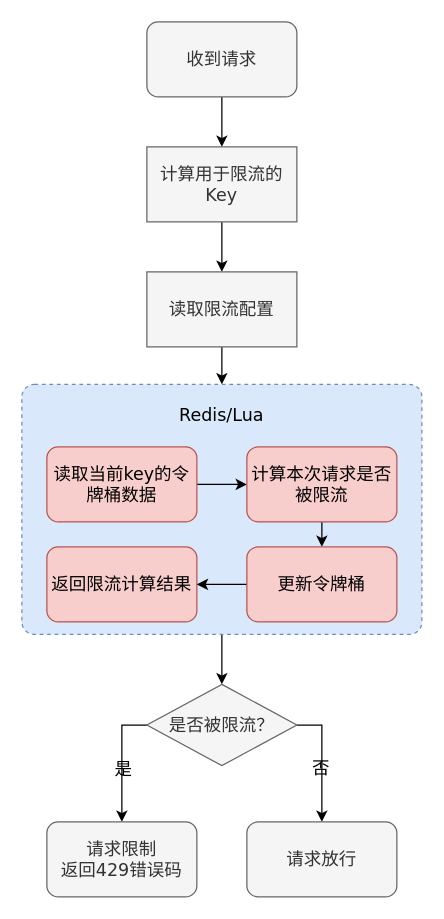
The draw.io diagram page "网关限流" (8 of 10) of Untitled Diagram.drawio in maxuewen/draw.io, before the edit. Source tidied: cells renumbered, new cells numbered last; positions are measured from the earlier drawing's top-left corner, leaving out a move shared by most shapes. Both pictures are drawn from the tidied source at 125%, with x=0, y=0 at pixel (21, 21).
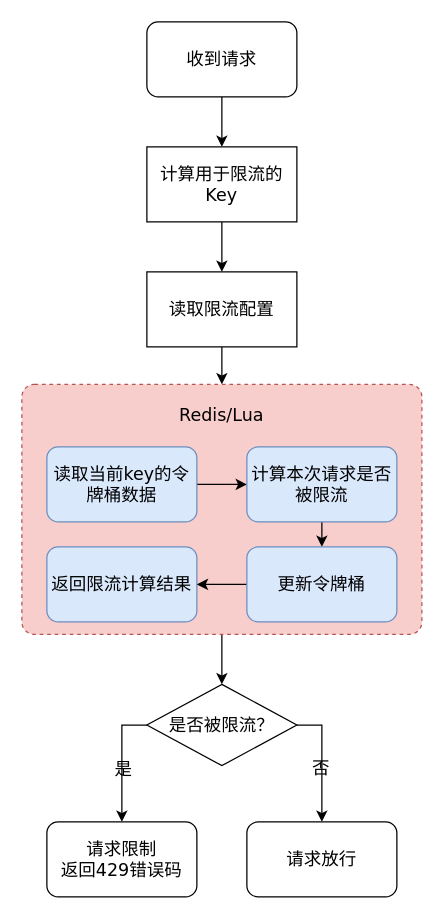
The same diagram, later.

Diff of the diagram source:
```diff
@@
-    <mxCell id="3" style="rounded=1;whiteSpace=wrap;html=1;labelBackgroundColor=none;fontFamily=Verdana;fontSize=14;strokeWidth=1;dashed=1;imageHeight=24;arcSize=5;fillColor=#dae8fc;strokeColor=#6c8ebf;" parent="1" vertex="1">
+    <mxCell id="3" style="rounded=1;whiteSpace=wrap;html=1;labelBackgroundColor=none;fontFamily=Verdana;fontSize=14;strokeWidth=1;dashed=1;imageHeight=24;arcSize=5;fillColor=#f8cecc;strokeColor=#b85450;" parent="1" vertex="1">
       <mxGeometry y="290" width="320" height="200" as="geometry" />
     </mxCell>
@@
-    <mxCell id="5" value="收到请求" style="rounded=1;whiteSpace=wrap;html=1;labelBackgroundColor=none;fontFamily=Verdana;fontSize=14;fontColor=#333333;strokeWidth=1;fillColor=#f5f5f5;strokeColor=#666666;" parent="1" vertex="1">
+    <mxCell id="5" value="收到请求" style="rounded=1;whiteSpace=wrap;html=1;labelBackgroundColor=none;fontFamily=Verdana;fontSize=14;strokeWidth=1;" parent="1" vertex="1">
       <mxGeometry x="100" width="120" height="60" as="geometry" />
     </mxCell>
@@
-    <mxCell id="7" value="计算用于限流的Key" style="rounded=1;whiteSpace=wrap;html=1;labelBackgroundColor=none;fontFamily=Verdana;fontSize=14;fontColor=#333333;strokeWidth=1;arcSize=0;fillColor=#f5f5f5;strokeColor=#666666;" parent="1" vertex="1">
+    <mxCell id="7" value="计算用于限流的Key" style="rounded=1;whiteSpace=wrap;html=1;labelBackgroundColor=none;fontFamily=Verdana;fontSize=14;strokeWidth=1;arcSize=0;" parent="1" vertex="1">
       <mxGeometry x="100" y="100" width="120" height="60" as="geometry" />
     </mxCell>
@@
-    <mxCell id="9" value="读取当前key的令牌桶数据" style="rounded=1;whiteSpace=wrap;html=1;labelBackgroundColor=none;fontFamily=Verdana;fontSize=14;strokeWidth=1;fillColor=#f8cecc;strokeColor=#b85450;" parent="1" vertex="1">
+    <mxCell id="9" value="读取当前key的令牌桶数据" style="rounded=1;whiteSpace=wrap;html=1;labelBackgroundColor=none;fontFamily=Verdana;fontSize=14;strokeWidth=1;fillColor=#dae8fc;strokeColor=#6c8ebf;" parent="1" vertex="1">
       <mxGeometry x="20" y="340" width="120" height="60" as="geometry" />
     </mxCell>
@@
-    <mxCell id="11" value="计算本次请求是否被限流" style="rounded=1;whiteSpace=wrap;html=1;labelBackgroundColor=none;fontFamily=Verdana;fontSize=14;strokeWidth=1;fillColor=#f8cecc;strokeColor=#b85450;" parent="1" vertex="1">
+    <mxCell id="11" value="计算本次请求是否被限流" style="rounded=1;whiteSpace=wrap;html=1;labelBackgroundColor=none;fontFamily=Verdana;fontSize=14;strokeWidth=1;fillColor=#dae8fc;strokeColor=#6c8ebf;" parent="1" vertex="1">
       <mxGeometry x="180" y="340" width="120" height="60" as="geometry" />
     </mxCell>
-    <mxCell id="12" value="返回限流计算结果" style="rounded=1;whiteSpace=wrap;html=1;labelBackgroundColor=none;fontFamily=Verdana;fontSize=14;strokeWidth=1;fillColor=#f8cecc;strokeColor=#b85450;" parent="1" vertex="1">
+    <mxCell id="12" value="返回限流计算结果" style="rounded=1;whiteSpace=wrap;html=1;labelBackgroundColor=none;fontFamily=Verdana;fontSize=14;strokeWidth=1;fillColor=#dae8fc;strokeColor=#6c8ebf;" parent="1" vertex="1">
       <mxGeometry x="20" y="420" width="120" height="60" as="geometry" />
     </mxCell>
@@
-    <mxCell id="14" value="更新令牌桶" style="rounded=1;whiteSpace=wrap;html=1;labelBackgroundColor=none;fontFamily=Verdana;fontSize=14;strokeWidth=1;fillColor=#f8cecc;strokeColor=#b85450;" parent="1" vertex="1">
+    <mxCell id="14" value="更新令牌桶" style="rounded=1;whiteSpace=wrap;html=1;labelBackgroundColor=none;fontFamily=Verdana;fontSize=14;strokeWidth=1;fillColor=#dae8fc;strokeColor=#6c8ebf;" parent="1" vertex="1">
       <mxGeometry x="180" y="420" width="120" height="60" as="geometry" />
     </mxCell>
@@
-    <mxCell id="16" value="读取限流配置" style="rounded=1;whiteSpace=wrap;html=1;labelBackgroundColor=none;fontFamily=Verdana;fontSize=14;fontColor=#333333;strokeWidth=1;imageHeight=24;arcSize=0;fillColor=#f5f5f5;strokeColor=#666666;" parent="1" vertex="1">
+    <mxCell id="16" value="读取限流配置" style="rounded=1;whiteSpace=wrap;html=1;labelBackgroundColor=none;fontFamily=Verdana;fontSize=14;strokeWidth=1;imageHeight=24;arcSize=0;" parent="1" vertex="1">
       <mxGeometry x="100" y="200" width="120" height="60" as="geometry" />
     </mxCell>
@@
-    <mxCell id="21" value="是否被限流？" style="rhombus;whiteSpace=wrap;html=1;labelBackgroundColor=none;fontFamily=Verdana;fontSize=14;fontColor=#333333;strokeWidth=1;fillColor=#f5f5f5;strokeColor=#666666;" parent="1" vertex="1">
+    <mxCell id="21" value="是否被限流？" style="rhombus;whiteSpace=wrap;html=1;labelBackgroundColor=none;fontFamily=Verdana;fontSize=14;strokeWidth=1;" parent="1" vertex="1">
       <mxGeometry x="100" y="530" width="120" height="65" as="geometry" />
     </mxCell>
-    <mxCell id="22" value="请求限制&lt;br style=&quot;font-size: 14px;&quot;&gt;返回429错误码" style="rounded=1;whiteSpace=wrap;html=1;labelBackgroundColor=none;fontFamily=Verdana;fontSize=14;fontColor=#333333;strokeWidth=1;fillColor=#f5f5f5;strokeColor=#666666;" parent="1" vertex="1">
+    <mxCell id="22" value="请求限制&lt;br style=&quot;font-size: 14px;&quot;&gt;返回429错误码" style="rounded=1;whiteSpace=wrap;html=1;labelBackgroundColor=none;fontFamily=Verdana;fontSize=14;strokeWidth=1;" parent="1" vertex="1">
       <mxGeometry x="20" y="640" width="120" height="60" as="geometry" />
     </mxCell>
-    <mxCell id="23" value="请求放行" style="rounded=1;whiteSpace=wrap;html=1;labelBackgroundColor=none;fontFamily=Verdana;fontSize=14;fontColor=#333333;strokeWidth=1;fillColor=#f5f5f5;strokeColor=#666666;" parent="1" vertex="1">
+    <mxCell id="23" value="请求放行" style="rounded=1;whiteSpace=wrap;html=1;labelBackgroundColor=none;fontFamily=Verdana;fontSize=14;strokeWidth=1;" parent="1" vertex="1">
       <mxGeometry x="180" y="640" width="120" height="60" as="geometry" />
     </mxCell>
```
